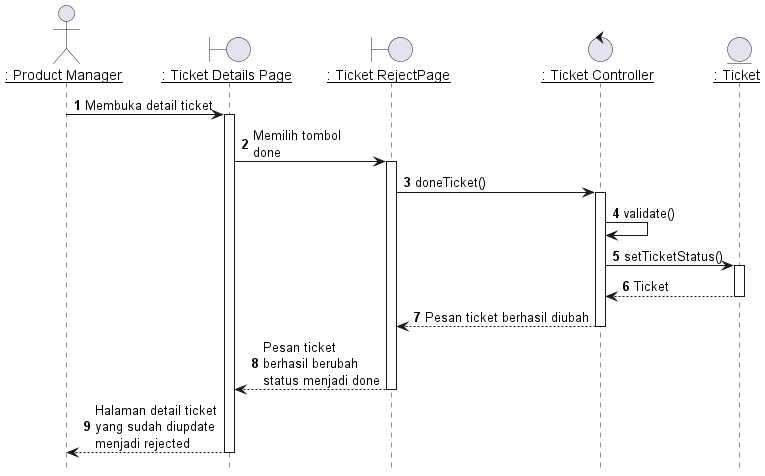
Before: out/plantuml/sequence/ipm/ipm8/Mengubah Status Ticket Menjadi Done.png, a diagram exported from PlantUML (TAS-PKL/Laporan-PKL-Ticketing). Its diagram source:
```plantuml
@startuml Mengubah Status Ticket Menjadi Done

hide footbox

actor IPM as "__: Product Manager__"
boundary TicketPage as "__: Ticket Details Page__"
boundary TicketRejectPage as "__: Ticket RejectPage__"
control TicketController as "__: Ticket Controller__"
entity Ticket as "__: Ticket__"

autonumber 1
IPM -> TicketPage: Membuka detail ticket
activate TicketPage

TicketPage -> TicketRejectPage : Memilih tombol\ndone
activate TicketRejectPage


TicketRejectPage -> TicketController: doneTicket()
activate TicketController

TicketController -> TicketController: validate()

TicketController -> Ticket: setTicketStatus()
activate Ticket

Ticket --> TicketController : Ticket
deactivate Ticket

TicketController --> TicketRejectPage : Pesan ticket berhasil diubah
deactivate TicketController

TicketRejectPage --> TicketPage : Pesan ticket\nberhasil berubah\nstatus menjadi done
deactivate TicketRejectPage

TicketPage --> IPM : Halaman detail ticket\nyang sudah diupdate\nmenjadi rejected
deactivate TicketPage


@enduml
```
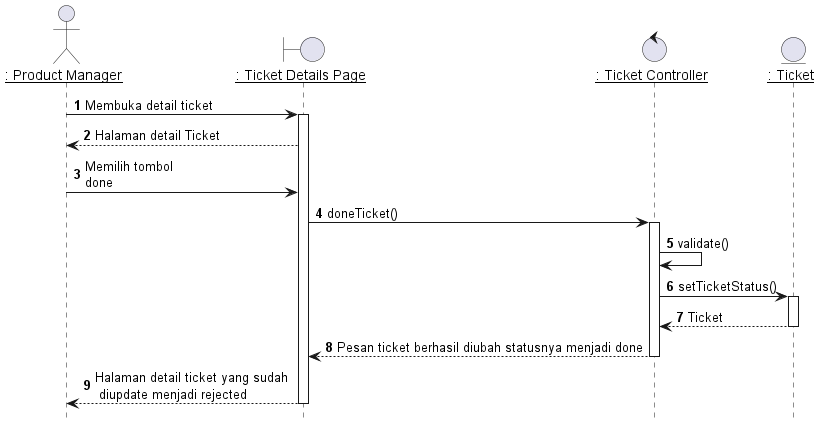
The same diagram one commit later.

Diff of the diagram source:
```diff
@@ -4,7 +4,6 @@
 
 actor IPM as "__: Product Manager__"
 boundary TicketPage as "__: Ticket Details Page__"
-boundary TicketRejectPage as "__: Ticket RejectPage__"
 control TicketController as "__: Ticket Controller__"
 entity Ticket as "__: Ticket__"
 
@@ -12,12 +11,16 @@
 IPM -> TicketPage: Membuka detail ticket
 activate TicketPage
 
-TicketPage -> TicketRejectPage : Memilih tombol\ndone
-activate TicketRejectPage
+TicketPage --> IPM: Halaman detail Ticket
 
 
-TicketRejectPage -> TicketController: doneTicket()
+IPM -> TicketPage : Memilih tombol\ndone
+
+TicketPage -> TicketController: doneTicket()
 activate TicketController
+
+
+
 
 TicketController -> TicketController: validate()
 
@@ -27,13 +30,11 @@
 Ticket --> TicketController : Ticket
 deactivate Ticket
 
-TicketController --> TicketRejectPage : Pesan ticket berhasil diubah
+TicketController --> TicketPage : Pesan ticket berhasil diubah statusnya menjadi done
 deactivate TicketController
 
-TicketRejectPage --> TicketPage : Pesan ticket\nberhasil berubah\nstatus menjadi done
-deactivate TicketRejectPage
 
-TicketPage --> IPM : Halaman detail ticket\nyang sudah diupdate\nmenjadi rejected
+TicketPage --> IPM : Halaman detail ticket yang sudah \n diupdate menjadi rejected
 deactivate TicketPage
 
 
```
